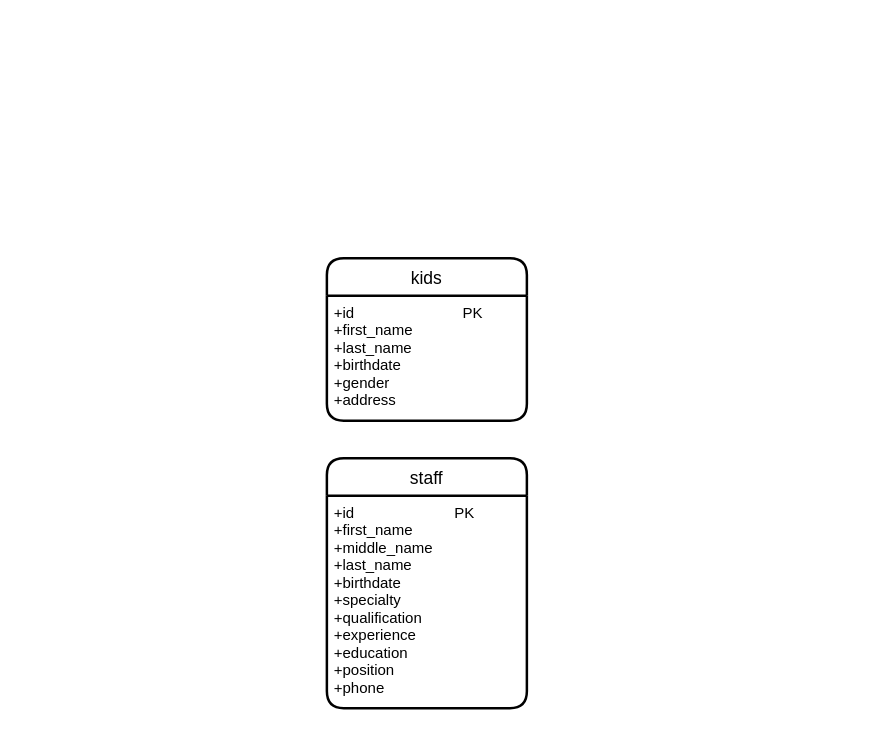
Above: Kindergarten.drawio in Emma664/World-population (draw.io), before the change. Source tidied: cells renumbered, new cells numbered last; positions are measured from the earlier drawing's top-left corner, leaving out a move shared by most shapes. Both pictures are drawn from the tidied source at 125%, with x=0, y=0 at pixel (326, 258).
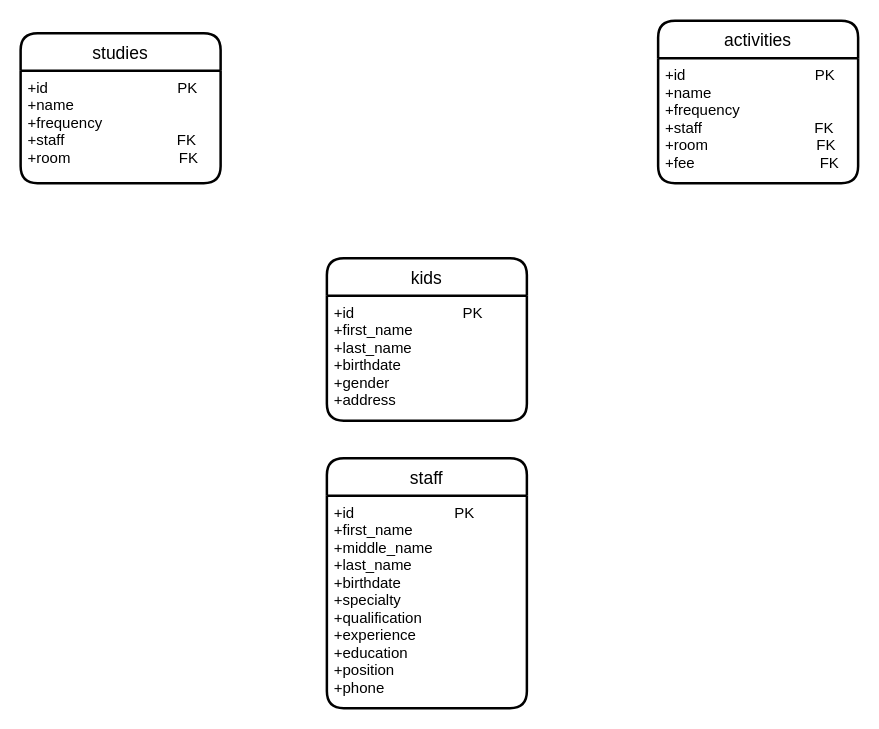
After the change.

Change to the diagram source:
```diff
@@
 <mxGraphModel>
   <root>
     <mxCell id="0" />
     <mxCell id="1" parent="0" />
     <mxCell id="2" value="kids" style="swimlane;horizontal=1;startSize=30;rounded=1;fontSize=14;fontStyle=0;strokeWidth=2;shadow=0;dashed=0;align=center;" parent="1" vertex="1">
       <mxGeometry width="160" height="130" as="geometry" />
     </mxCell>
     <mxCell id="3" value="+id                          PK&#10;+first_name&#10;+last_name&#10;+birthdate&#10;+gender&#10;+address" style="align=left;strokeColor=none;fillColor=none;spacingLeft=4;fontSize=12;verticalAlign=top;" parent="2" vertex="1">
       <mxGeometry y="30" width="160" height="100" as="geometry" />
     </mxCell>
     <mxCell id="4" value="staff" style="swimlane;horizontal=1;startSize=30;rounded=1;fontSize=14;fontStyle=0;strokeWidth=2;shadow=0;dashed=0;align=center;" parent="1" vertex="1">
       <mxGeometry y="160" width="160" height="200" as="geometry" />
     </mxCell>
     <mxCell id="5" value="+id                        PK&#10;+first_name&#10;+middle_name&#10;+last_name&#10;+birthdate&#10;+specialty&#10;+qualification&#10;+experience&#10;+education&#10;+position&#10;+phone" style="align=left;strokeColor=none;fillColor=none;spacingLeft=4;fontSize=12;verticalAlign=top;" parent="4" vertex="1">
       <mxGeometry y="30" width="160" height="170" as="geometry" />
     </mxCell>
+    <mxCell id="6" value="studies" style="swimlane;horizontal=1;startSize=30;rounded=1;fontSize=14;fontStyle=0;strokeWidth=2;shadow=0;dashed=0;align=center;" parent="1" vertex="1">
+      <mxGeometry x="-245" y="-180" width="160" height="120" as="geometry" />
+    </mxCell>
+    <mxCell id="7" value="+id                               PK&#10;+name&#10;+frequency&#10;+staff                           FK&#10;+room                          FK" style="align=left;strokeColor=none;fillColor=none;spacingLeft=4;fontSize=12;verticalAlign=top;" parent="6" vertex="1">
+      <mxGeometry y="30" width="160" height="90" as="geometry" />
+    </mxCell>
+    <mxCell id="8" value="activities" style="swimlane;horizontal=1;startSize=30;rounded=1;fontSize=14;fontStyle=0;strokeWidth=2;shadow=0;dashed=0;align=center;" parent="1" vertex="1">
+      <mxGeometry x="265" y="-190" width="160" height="130" as="geometry" />
+    </mxCell>
+    <mxCell id="9" value="+id                               PK&#10;+name&#10;+frequency&#10;+staff                           FK&#10;+room                          FK&#10;+fee                              FK" style="align=left;strokeColor=none;fillColor=none;spacingLeft=4;fontSize=12;verticalAlign=top;" parent="8" vertex="1">
+      <mxGeometry y="30" width="160" height="100" as="geometry" />
+    </mxCell>
   </root>
 </mxGraphModel>
```
